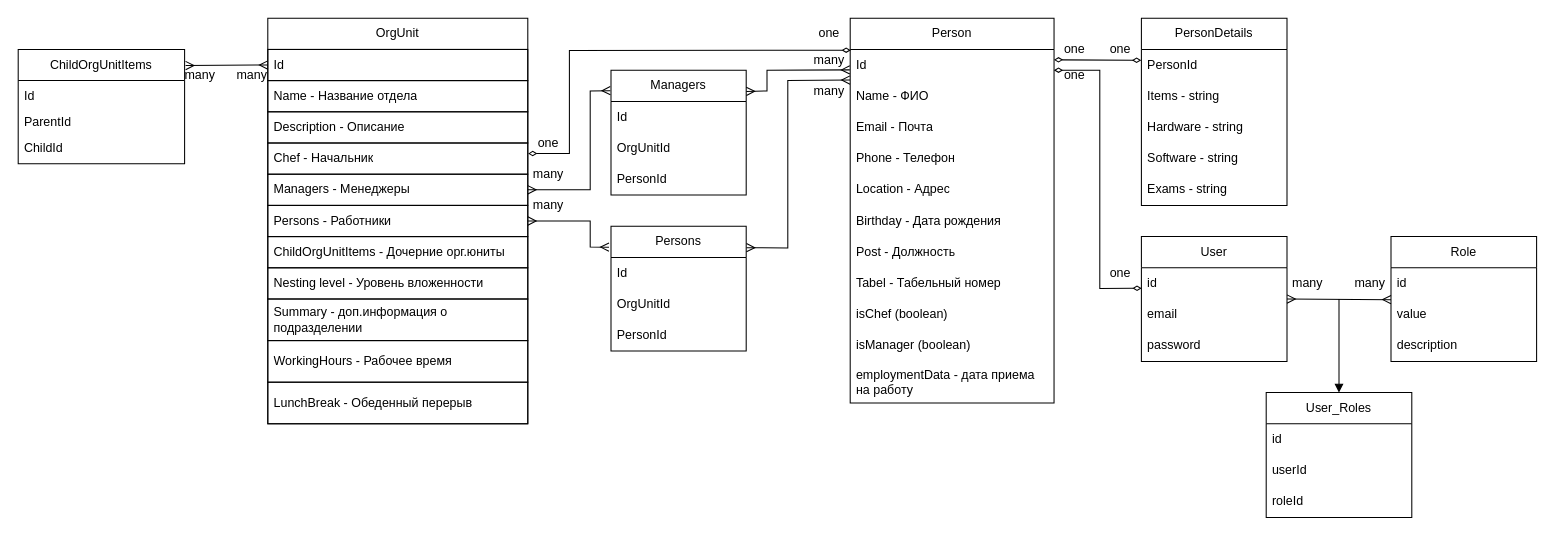
The draw.io diagram TableSchema.drawio in mspolermo/org-structure, before the edit. Source tidied: cells renumbered, new cells numbered last; positions are measured from the earlier drawing's top-left corner, leaving out a move shared by most shapes. Both pictures are drawn from the tidied source at 104%, with x=0, y=0 at pixel (18, 18).
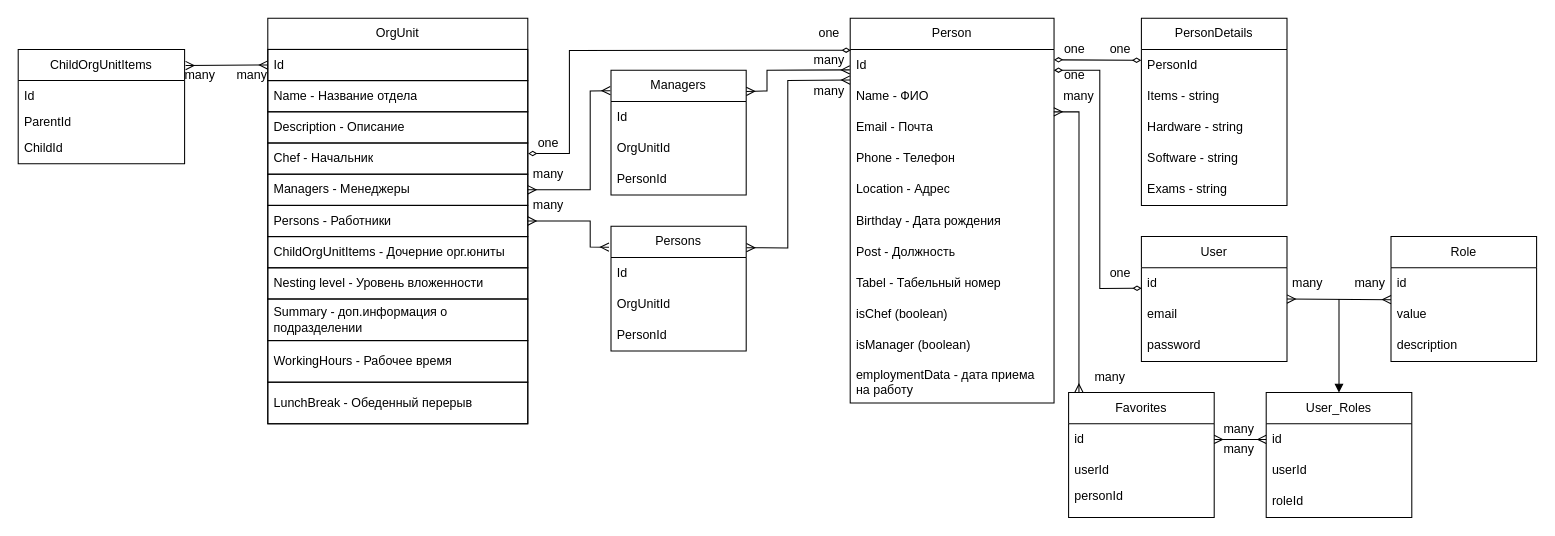
The same page after the edit.

Commit message (it also covers changes not shown here):
Server: favorites ready

Unchanged cells that the change refers to:
```xml
<mxCell id="5" value="Email - Почта" style="text;strokeColor=none;fillColor=none;align=left;verticalAlign=middle;spacingLeft=4;spacingRight=4;overflow=hidden;points=[[0,0.5],[1,0.5]];portConstraint=eastwest;whiteSpace=wrap;html=1;" parent="2" vertex="1">
  <mxGeometry y="90" width="196" height="30" as="geometry" />
</mxCell>
<mxCell id="61" value="id" style="text;strokeColor=none;fillColor=none;align=left;verticalAlign=middle;spacingLeft=4;spacingRight=4;overflow=hidden;points=[[0,0.5],[1,0.5]];portConstraint=eastwest;whiteSpace=wrap;html=1;" parent="60" vertex="1">
  <mxGeometry y="30" width="140" height="30" as="geometry" />
</mxCell>
```

The edit, as a diff of the source:
```diff
@@
+    <mxCell id="81" value="Favorites" style="swimlane;fontStyle=0;horizontal=1;startSize=30;whiteSpace=wrap;html=1;" parent="1" vertex="1">
+      <mxGeometry x="1010" y="360" width="140" height="120" as="geometry" />
+    </mxCell>
+    <mxCell id="82" value="id" style="text;strokeColor=none;fillColor=none;align=left;verticalAlign=middle;spacingLeft=4;spacingRight=4;overflow=hidden;points=[[0,0.5],[1,0.5]];portConstraint=eastwest;whiteSpace=wrap;html=1;" parent="81" vertex="1">
+      <mxGeometry y="30" width="140" height="30" as="geometry" />
+    </mxCell>
+    <mxCell id="83" value="userId" style="text;strokeColor=none;fillColor=none;align=left;verticalAlign=middle;spacingLeft=4;spacingRight=4;overflow=hidden;whiteSpace=wrap;html=1;" parent="81" vertex="1">
+      <mxGeometry y="60" width="140" height="30" as="geometry" />
+    </mxCell>
+    <mxCell id="84" value="personId&lt;div&gt;&lt;br&gt;&lt;/div&gt;" style="text;strokeColor=none;fillColor=none;align=left;verticalAlign=middle;spacingLeft=4;spacingRight=4;overflow=hidden;whiteSpace=wrap;html=1;" parent="81" vertex="1">
+      <mxGeometry y="90" width="140" height="30" as="geometry" />
+    </mxCell>
+    <mxCell id="85" style="endArrow=ERmany;html=1;rounded=0;exitX=0.999;exitY=0.003;exitDx=0;exitDy=0;entryX=0.071;entryY=0;entryDx=0;entryDy=0;entryPerimeter=0;exitPerimeter=0;startArrow=ERmany;startFill=0;endFill=0;" parent="1" edge="1" source="5" target="81">
+      <mxGeometry relative="1" as="geometry">
+        <Array as="points">
+          <mxPoint x="1020" y="90" />
+        </Array>
+      </mxGeometry>
+    </mxCell>
+    <mxCell id="86" value="many" style="text;html=1;strokeColor=none;fillColor=none;align=center;verticalAlign=middle;whiteSpace=wrap;rounded=0;" parent="1" vertex="1">
+      <mxGeometry x="1000" y="70" width="40" height="10" as="geometry" />
+    </mxCell>
+    <mxCell id="87" value="many" style="text;html=1;strokeColor=none;fillColor=none;align=center;verticalAlign=middle;whiteSpace=wrap;rounded=0;" parent="1" vertex="1">
+      <mxGeometry x="1030" y="340" width="40" height="10" as="geometry" />
+    </mxCell>
+    <mxCell id="88" style="endArrow=ERmany;html=1;rounded=0;exitX=1;exitY=0.5;exitDx=0;exitDy=0;entryX=0;entryY=0.5;entryDx=0;entryDy=0;endFill=0;startArrow=ERmany;startFill=0;" parent="1" edge="1" source="82" target="61">
+      <mxGeometry relative="1" as="geometry" />
+    </mxCell>
+    <mxCell id="89" value="many" style="text;html=1;strokeColor=none;fillColor=none;align=center;verticalAlign=middle;whiteSpace=wrap;rounded=0;" parent="1" vertex="1">
+      <mxGeometry x="1154" y="390" width="40" height="10" as="geometry" />
+    </mxCell>
+    <mxCell id="90" value="many" style="text;html=1;strokeColor=none;fillColor=none;align=center;verticalAlign=middle;whiteSpace=wrap;rounded=0;" parent="1" vertex="1">
+      <mxGeometry x="1154" y="410" width="40" height="10" as="geometry" />
+    </mxCell>
```
